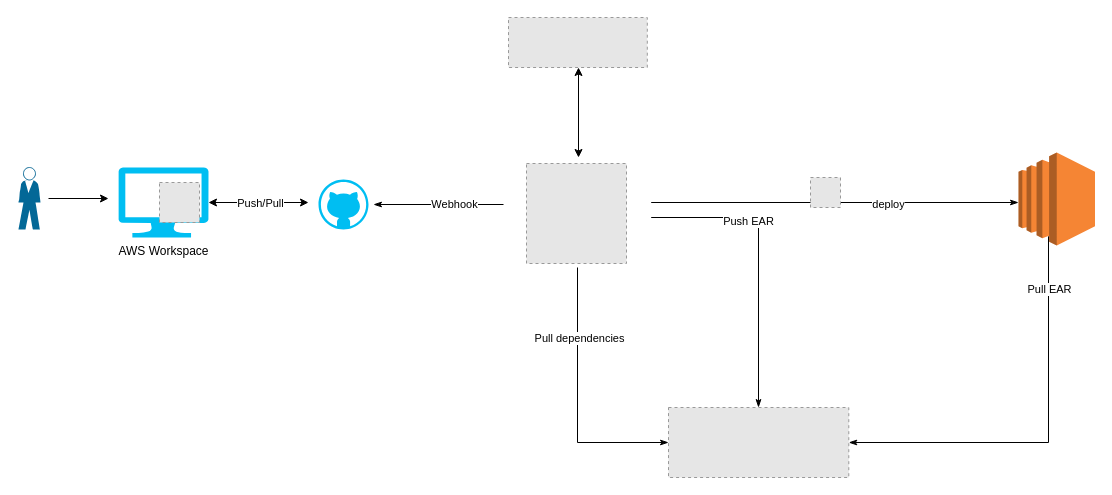
This is page "Copy of DevOps Flow" (8 of 9) of Untitled Diagram.drawio from senthilsource/multi-docker, a draw.io file, before an edit. Source tidied: cells renumbered, new cells numbered last; positions are measured from the earlier drawing's top-left corner, leaving out a move shared by most shapes. Both pictures are drawn from the tidied source at 100%, with x=0, y=0 at pixel (18, 17). Pictures stored in the file or linked from it are replaced by grey dashed boxes.
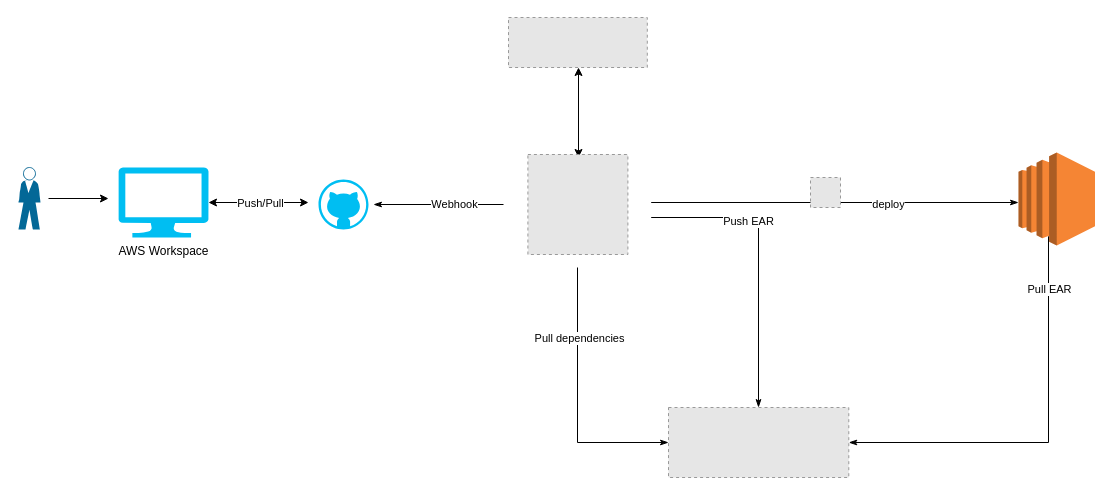
Above is the later version.

Unchanged cells that the change refers to:
```xml
<mxCell id="4" style="group;" parent="1" vertex="1">
  <mxGeometry x="100" y="150" width="90" height="70" as="geometry" />
</mxCell>
```

Change to the diagram source:
```diff
@@
-    <mxCell id="6" style="fillColor=#E6E6E6;strokeColor=#999999;dashed=1;html=1;verticalAlign=top;verticalLabelPosition=bottom;labelBackgroundColor=#ffffff;" parent="4" vertex="1">
-      <mxGeometry x="41" y="15" width="40" height="40" as="geometry" />
-    </mxCell>
@@
-    <mxCell id="24" style="fillColor=#E6E6E6;strokeColor=#999999;dashed=1;verticalLabelPosition=bottom;labelBackgroundColor=#ffffff;verticalAlign=top;" parent="1" vertex="1">
-      <mxGeometry x="508" y="146" width="100" height="100" as="geometry" />
-    </mxCell>
@@
+    <mxCell id="26" style="fillColor=#E6E6E6;strokeColor=#999999;dashed=1;verticalLabelPosition=bottom;labelBackgroundColor=default;verticalAlign=top;" parent="1" vertex="1">
+      <mxGeometry x="509.4" y="137" width="100" height="100" as="geometry" />
+    </mxCell>
```
